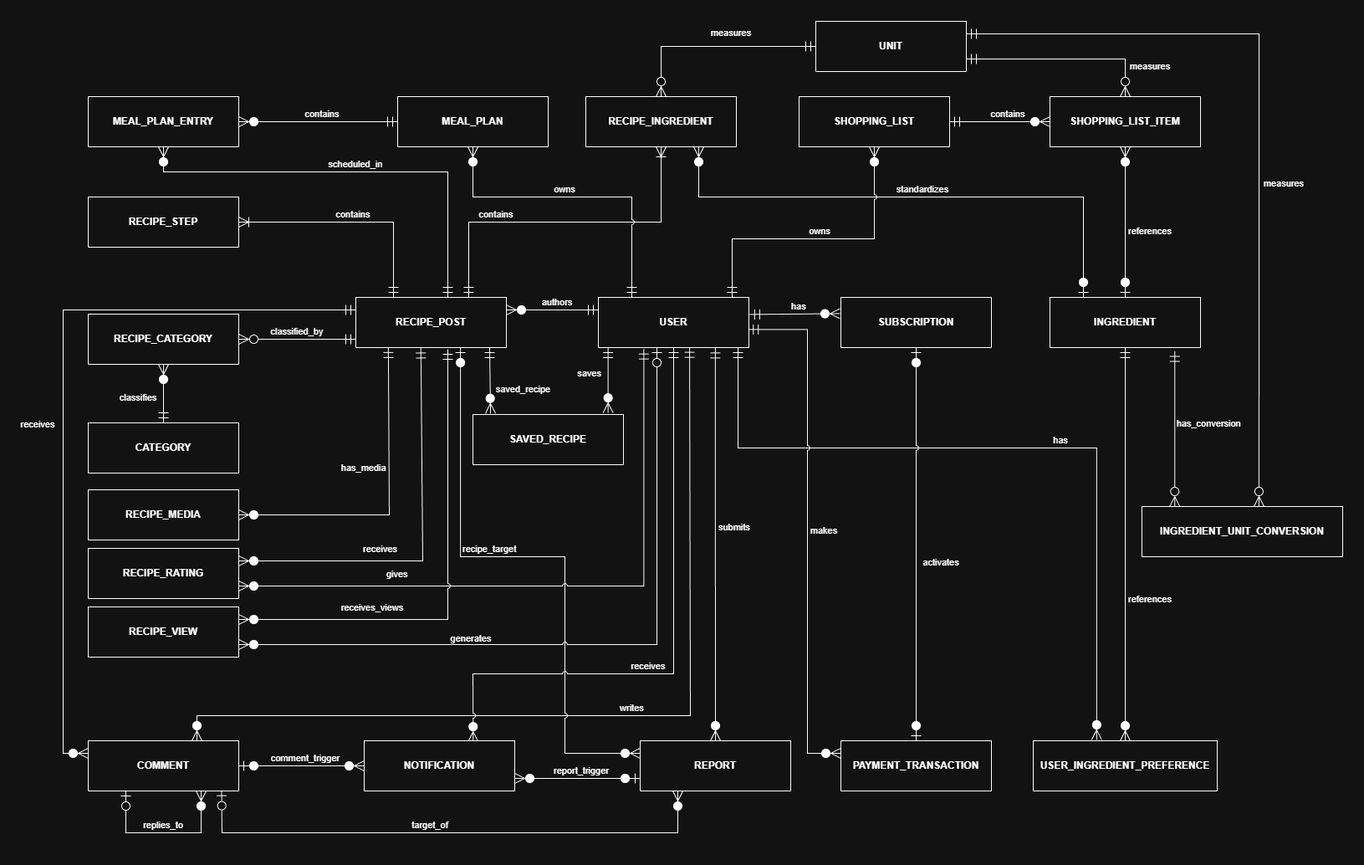
Before: docs/diagrams/ERD/conceptual-erd-v1.0.0.drawio.png, a diagram exported from draw.io (NgaiLong49423/vegetarian-support-system). Source tidied: cells renumbered, new cells last; positions are measured from the earlier drawing's top-left corner, leaving out a move shared by most shapes.
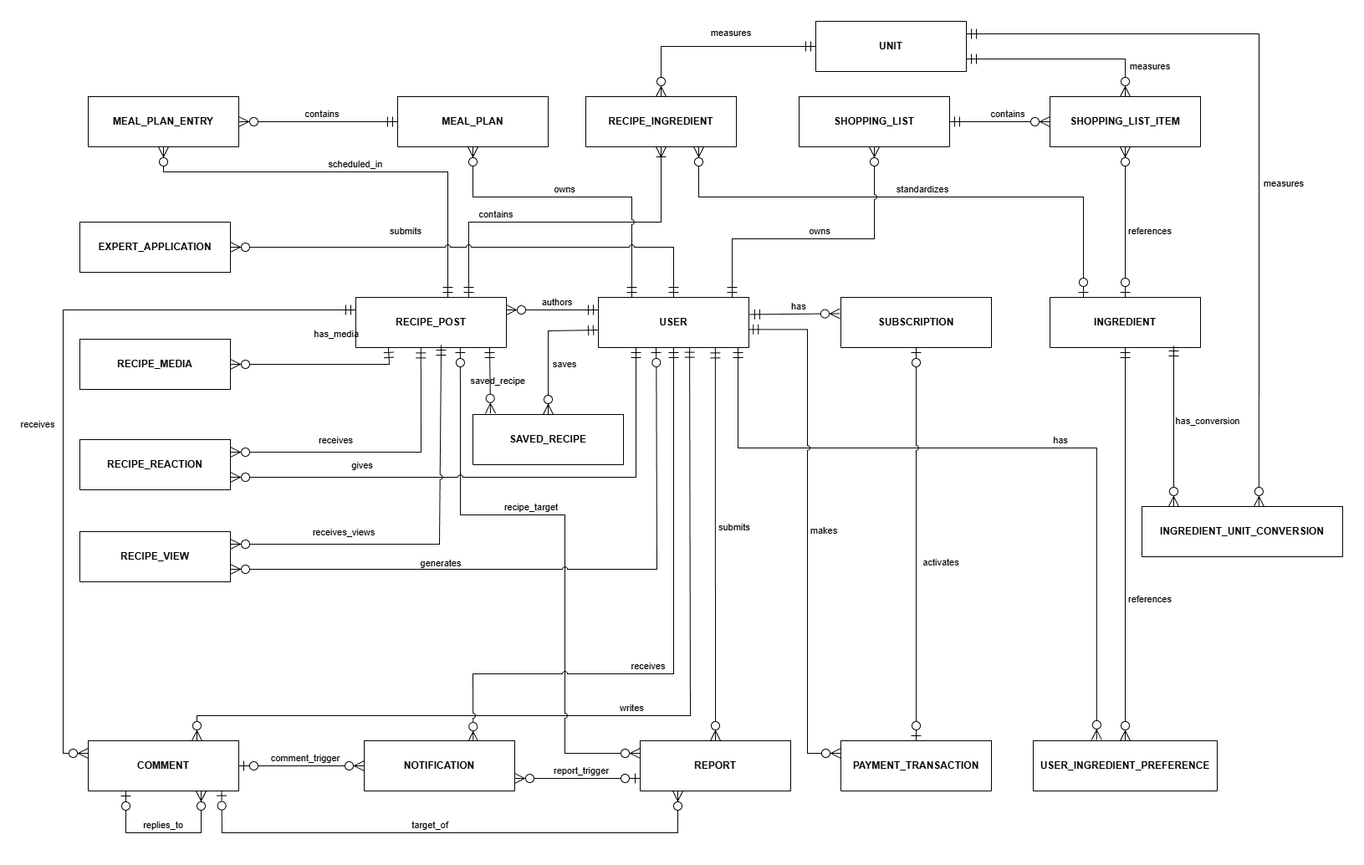
Later version of the same file.

What changed in the source:
```diff
@@ -17,12 +17,6 @@
     <mxCell id="6" value="RECIPE_INGREDIENT" style="shape=table;startSize=60;whiteSpace=wrap;rowLines=1;fontStyle=1;align=center;labelBackgroundColor=none;" parent="1" vertex="1">
       <mxGeometry x="625" y="90" width="180" height="60" as="geometry" />
     </mxCell>
-    <mxCell id="7" value="RECIPE_CATEGORY" style="shape=table;startSize=60;whiteSpace=wrap;rowLines=1;fontStyle=1;align=center;labelBackgroundColor=none;" parent="1" vertex="1">
-      <mxGeometry x="30" y="350" width="180" height="60" as="geometry" />
-    </mxCell>
-    <mxCell id="8" value="CATEGORY" style="shape=table;startSize=60;whiteSpace=wrap;rowLines=1;fontStyle=1;align=center;labelBackgroundColor=none;" parent="1" vertex="1">
-      <mxGeometry x="30" y="480" width="180" height="60" as="geometry" />
-    </mxCell>
     <mxCell id="9" value="COMMENT" style="shape=table;startSize=60;whiteSpace=wrap;rowLines=1;fontStyle=1;align=center;labelBackgroundColor=none;" parent="1" vertex="1">
       <mxGeometry x="30" y="860" width="180" height="60" as="geometry" />
     </mxCell>
@@ -72,28 +66,19 @@
         </Array>
       </mxGeometry>
     </mxCell>
-    <mxCell id="22" value="classified_by" style="startArrow=ERmandOne;startSize=10;endArrow=ERzeroToMany;endSize=10;rounded=0;noEdgeStyle=1;orthogonal=1;labelBackgroundColor=none;fontColor=default;endFill=0;startFill=0;" parent="1" edge="1" source="5" target="7">
-      <mxGeometry y="-10" relative="1" as="geometry">
-        <Array as="points">
-          <mxPoint x="290" y="380" />
-        </Array>
-      </mxGeometry>
-    </mxCell>
-    <mxCell id="23" value="classifies" style="startArrow=ERmandOne;startSize=10;endArrow=ERzeroToMany;endSize=10;rounded=0;noEdgeStyle=1;labelBackgroundColor=none;fontColor=default;" parent="1" edge="1" source="8" target="7">
-      <mxGeometry x="-0.11" y="30" relative="1" as="geometry" />
-    </mxCell>
-    <mxCell id="24" value="saves" style="startArrow=ERmandOne;startSize=10;endArrow=ERzeroToMany;endSize=10;rounded=0;jumpStyle=arc;labelBackgroundColor=none;fontColor=default;" parent="1" edge="1">
-      <mxGeometry x="-0.23" y="-22" relative="1" as="geometry">
-        <mxPoint x="651.6" y="390" as="sourcePoint" />
-        <mxPoint x="651.6" y="468.1" as="targetPoint" />
+    <mxCell id="24" value="saves" style="startArrow=ERmandOne;startSize=10;endArrow=ERzeroToMany;endSize=10;rounded=0;jumpStyle=arc;labelBackgroundColor=none;fontColor=default;exitX=0;exitY=0.65;exitDx=0;exitDy=0;entryX=0.5;entryY=0;entryDx=0;entryDy=0;exitPerimeter=0;" parent="1" edge="1" source="2" target="45">
+      <mxGeometry x="0.25" y="20" relative="1" as="geometry">
+        <Array as="points">
+          <mxPoint x="620" y="370" />
+          <mxPoint x="580" y="370" />
+        </Array>
       </mxGeometry>
     </mxCell>
     <mxCell id="25" value="saved_recipe" style="startArrow=ERmandOne;startSize=10;endArrow=ERzeroToMany;endSize=10;rounded=0;orthogonal=1;jumpStyle=arc;labelBackgroundColor=none;fontColor=default;entryX=0.117;entryY=-0.021;entryDx=0;entryDy=0;entryPerimeter=0;" parent="1" edge="1" source="5" target="45">
-      <mxGeometry x="0.29" y="40" relative="1" as="geometry">
+      <mxGeometry x="0.02" y="10" relative="1" as="geometry">
         <Array as="points">
           <mxPoint x="510" y="420" />
         </Array>
-        <mxPoint y="-1" as="offset" />
       </mxGeometry>
     </mxCell>
     <mxCell id="26" value="writes" style="startArrow=ERmandOne;startSize=10;endArrow=ERzeroToMany;endSize=10;rounded=0;jumpStyle=arc;labelBackgroundColor=none;fontColor=default;entryX=0.722;entryY=0;entryDx=0;entryDy=0;exitX=0.606;exitY=0.993;exitDx=0;exitDy=0;exitPerimeter=0;entryPerimeter=0;" parent="1" edge="1" source="2" target="9">
@@ -117,12 +102,11 @@
     <mxCell id="28" value="submits" style="startArrow=ERmandOne;startSize=10;endArrow=ERzeroToMany;endSize=10;rounded=0;noEdgeStyle=1;labelBackgroundColor=none;fontColor=default;exitX=0.777;exitY=1.006;exitDx=0;exitDy=0;jumpStyle=arc;exitPerimeter=0;" parent="1" edge="1" source="2" target="10">
       <mxGeometry x="-0.09" y="23" relative="1" as="geometry" />
     </mxCell>
-    <mxCell id="29" value="recipe_target" style="startArrow=ERzeroToOne;startSize=10;endArrow=ERzeroToMany;endSize=10;rounded=0;orthogonal=1;jumpStyle=arc;labelBackgroundColor=none;fontColor=default;entryX=0;entryY=0.25;entryDx=0;entryDy=0;" parent="1" edge="1" target="10">
+    <mxCell id="29" value="recipe_target" style="startArrow=ERzeroToOne;startSize=10;endArrow=ERzeroToMany;endSize=10;rounded=0;orthogonal=1;jumpStyle=arc;labelBackgroundColor=none;fontColor=default;entryX=0;entryY=0.25;entryDx=0;entryDy=0;exitX=0.694;exitY=1;exitDx=0;exitDy=0;exitPerimeter=0;" parent="1" edge="1" source="5" target="10">
       <mxGeometry x="-0.19" y="10" relative="1" as="geometry">
-        <mxPoint x="475.1" y="390" as="sourcePoint" />
         <Array as="points">
-          <mxPoint x="475.1" y="640" />
-          <mxPoint x="600" y="640" />
+          <mxPoint x="475" y="590" />
+          <mxPoint x="600" y="590" />
           <mxPoint x="600" y="875" />
         </Array>
       </mxGeometry>
@@ -212,60 +196,48 @@
     <mxCell id="45" value="SAVED_RECIPE" style="shape=table;startSize=60;whiteSpace=wrap;rowLines=1;fontStyle=1;align=center;labelBackgroundColor=none;" parent="1" vertex="1">
       <mxGeometry x="490" y="470" width="180" height="60" as="geometry" />
     </mxCell>
-    <mxCell id="46" value="RECIPE_STEP" style="shape=table;startSize=60;whiteSpace=wrap;rowLines=1;fontStyle=1;align=center;labelBackgroundColor=none;" parent="1" vertex="1">
-      <mxGeometry x="30" y="210" width="180" height="60" as="geometry" />
-    </mxCell>
-    <mxCell id="47" value="contains" style="startArrow=ERmandOne;startSize=10;endArrow=ERoneToMany;endSize=10;rounded=0;noEdgeStyle=1;orthogonal=1;labelBackgroundColor=none;fontColor=default;endFill=0;startFill=0;entryX=1;entryY=0.5;entryDx=0;entryDy=0;exitX=0.25;exitY=0;exitDx=0;exitDy=0;" parent="1" edge="1" source="5" target="46">
-      <mxGeometry y="-10" relative="1" as="geometry">
-        <Array as="points">
-          <mxPoint x="395" y="240" />
-        </Array>
-      </mxGeometry>
-    </mxCell>
     <mxCell id="48" value="RECIPE_MEDIA" style="shape=table;startSize=0;whiteSpace=wrap;rowLines=1;fontStyle=1;align=center;labelBackgroundColor=none;" parent="1" vertex="1">
-      <mxGeometry x="30" y="560" width="180" height="60" as="geometry" />
+      <mxGeometry x="20" y="380" width="180" height="60" as="geometry" />
     </mxCell>
     <mxCell id="49" value="&#10;has_media&#10;&#10;" style="startArrow=ERmandOne;startSize=10;endArrow=ERzeroToMany;endSize=10;rounded=0;jumpStyle=arc;labelBackgroundColor=none;fontColor=default;entryX=1;entryY=0.5;entryDx=0;entryDy=0;exitX=0.216;exitY=0.998;exitDx=0;exitDy=0;exitPerimeter=0;" parent="1" edge="1" source="5" target="48">
       <mxGeometry x="-0.21" y="-30" relative="1" as="geometry">
         <Array as="points">
-          <mxPoint x="390" y="590" />
+          <mxPoint x="390" y="410" />
         </Array>
       </mxGeometry>
     </mxCell>
-    <mxCell id="50" value="RECIPE_RATING" style="shape=table;startSize=60;whiteSpace=wrap;rowLines=1;fontStyle=1;align=center;labelBackgroundColor=none;" parent="1" vertex="1">
-      <mxGeometry x="30" y="630" width="180" height="60" as="geometry" />
+    <mxCell id="50" value="RECIPE_REACTION" style="shape=table;startSize=60;whiteSpace=wrap;rowLines=1;fontStyle=1;align=center;labelBackgroundColor=none;" parent="1" vertex="1">
+      <mxGeometry x="20" y="500" width="180" height="60" as="geometry" />
     </mxCell>
-    <mxCell id="51" value="gives" style="startArrow=ERmandOne;startSize=10;endArrow=ERzeroToMany;endSize=10;rounded=0;jumpStyle=arc;labelBackgroundColor=none;fontColor=default;entryX=1;entryY=0.75;entryDx=0;entryDy=0;exitX=0.302;exitY=1.027;exitDx=0;exitDy=0;exitPerimeter=0;" parent="1" edge="1" source="2" target="50">
+    <mxCell id="51" value="gives" style="startArrow=ERmandOne;startSize=10;endArrow=ERzeroToMany;endSize=10;rounded=0;jumpStyle=arc;labelBackgroundColor=none;fontColor=default;entryX=1;entryY=0.75;entryDx=0;entryDy=0;exitX=0.25;exitY=1;exitDx=0;exitDy=0;" parent="1" edge="1" source="2" target="50">
       <mxGeometry x="0.51" y="-15" relative="1" as="geometry">
         <Array as="points">
-          <mxPoint x="694.4" y="675" />
+          <mxPoint x="685" y="545" />
         </Array>
       </mxGeometry>
     </mxCell>
     <mxCell id="52" value="receives" style="startArrow=ERmandOne;startSize=10;endArrow=ERzeroToMany;endSize=10;rounded=0;orthogonal=1;labelBackgroundColor=none;fontColor=default;entryX=1;entryY=0.25;entryDx=0;entryDy=0;exitX=0.432;exitY=1.007;exitDx=0;exitDy=0;jumpStyle=arc;exitPerimeter=0;" parent="1" edge="1" source="5" target="50">
       <mxGeometry x="0.28" y="-15" relative="1" as="geometry">
         <Array as="points">
-          <mxPoint x="430" y="645" />
+          <mxPoint x="428" y="515" />
         </Array>
       </mxGeometry>
     </mxCell>
     <mxCell id="53" value="RECIPE_VIEW" style="shape=table;startSize=60;whiteSpace=wrap;rowLines=1;fontStyle=1;align=center;labelBackgroundColor=none;" parent="1" vertex="1">
-      <mxGeometry x="30" y="700" width="180" height="60" as="geometry" />
+      <mxGeometry x="20" y="610" width="180" height="60" as="geometry" />
     </mxCell>
-    <mxCell id="54" value="generates" style="startArrow=ERzeroToOne;startSize=10;endArrow=ERzeroToMany;endSize=10;rounded=0;jumpStyle=arc;labelBackgroundColor=none;fontColor=default;entryX=1;entryY=0.75;entryDx=0;entryDy=0;startFill=0;" parent="1" edge="1" target="53">
+    <mxCell id="54" value="generates" style="startArrow=ERzeroToOne;startSize=10;endArrow=ERzeroToMany;endSize=10;rounded=0;jumpStyle=arc;labelBackgroundColor=none;fontColor=default;entryX=1;entryY=0.75;entryDx=0;entryDy=0;startFill=0;exitX=0.383;exitY=1;exitDx=0;exitDy=0;exitPerimeter=0;" parent="1" edge="1" source="2" target="53">
       <mxGeometry x="0.35" y="-8" relative="1" as="geometry">
-        <mxPoint x="710" y="390" as="sourcePoint" />
         <Array as="points">
           <mxPoint x="710" y="450" />
-          <mxPoint x="710" y="745" />
+          <mxPoint x="710" y="655" />
         </Array>
       </mxGeometry>
     </mxCell>
-    <mxCell id="55" value="receives_views" style="startArrow=ERmandOne;startSize=10;endArrow=ERzeroToMany;endSize=10;rounded=0;jumpStyle=arc;labelBackgroundColor=none;fontColor=default;entryX=1;entryY=0.25;entryDx=0;entryDy=0;" parent="1" edge="1" target="53">
+    <mxCell id="55" value="receives_views" style="startArrow=ERmandOne;startSize=10;endArrow=ERzeroToMany;endSize=10;rounded=0;jumpStyle=arc;labelBackgroundColor=none;fontColor=default;entryX=1;entryY=0.25;entryDx=0;entryDy=0;exitX=0.567;exitY=0.95;exitDx=0;exitDy=0;exitPerimeter=0;" parent="1" edge="1" source="5" target="53">
       <mxGeometry x="0.44" y="-15" relative="1" as="geometry">
-        <mxPoint x="460" y="392" as="sourcePoint" />
         <Array as="points">
-          <mxPoint x="460" y="715" />
+          <mxPoint x="450" y="625" />
         </Array>
       </mxGeometry>
     </mxCell>
@@ -283,7 +255,7 @@
     <mxCell id="59" value="INGREDIENT_UNIT_CONVERSION" style="shape=table;startSize=60;whiteSpace=wrap;rowLines=1;fontStyle=1;align=center;labelBackgroundColor=none;" parent="1" vertex="1">
       <mxGeometry x="1290" y="580" width="240" height="60" as="geometry" />
     </mxCell>
-    <mxCell id="60" value="has_conversion" style="startArrow=ERzeroToMany;startSize=10;endArrow=ERmandOne;endSize=10;rounded=0;orthogonal=1;labelBackgroundColor=none;fontColor=default;jumpStyle=arc;entryX=0.829;entryY=1.074;entryDx=0;entryDy=0;endFill=0;startFill=0;entryPerimeter=0;" parent="1" edge="1" source="59" target="4">
+    <mxCell id="60" value="has_conversion" style="startArrow=ERzeroToMany;startSize=10;endArrow=ERmandOne;endSize=10;rounded=0;orthogonal=1;labelBackgroundColor=none;fontColor=default;jumpStyle=arc;entryX=0.822;entryY=0.967;entryDx=0;entryDy=0;endFill=0;startFill=0;entryPerimeter=0;" parent="1" edge="1" source="59" target="4">
       <mxGeometry x="0.08" y="-41" relative="1" as="geometry" />
     </mxCell>
     <mxCell id="61" value="&#10;measures&#10;&#10;" style="startArrow=ERzeroToMany;startSize=10;endArrow=ERmandOne;endSize=10;rounded=0;orthogonal=1;labelBackgroundColor=none;fontColor=default;jumpStyle=arc;entryX=1;entryY=0.25;entryDx=0;entryDy=0;endFill=0;startFill=0;exitX=0.583;exitY=0;exitDx=0;exitDy=0;exitPerimeter=0;" parent="1" edge="1" source="59" target="56">
@@ -293,5 +265,11 @@
         </Array>
       </mxGeometry>
     </mxCell>
+    <mxCell id="62" value="EXPERT_APPLICATION" style="shape=table;startSize=0;whiteSpace=wrap;rowLines=1;fontStyle=1;align=center;labelBackgroundColor=none;" parent="1" vertex="1">
+      <mxGeometry x="20" y="240" width="180" height="60" as="geometry" />
+    </mxCell>
+    <mxCell id="63" value=" submits " style="startArrow=ERmandOne;startSize=10;endArrow=ERzeroToMany;endSize=10;rounded=0;orthogonal=1;labelBackgroundColor=none;fontColor=default;entryX=1;entryY=0.5;entryDx=0;entryDy=0;exitX=0.5;exitY=0;exitDx=0;exitDy=0;jumpStyle=arc;edgeStyle=orthogonalEdgeStyle;" parent="1" edge="1" source="2" target="62">
+      <mxGeometry x="0.29" y="-20" relative="1" as="geometry" />
+    </mxCell>
   </root>
 </mxGraphModel>
```
